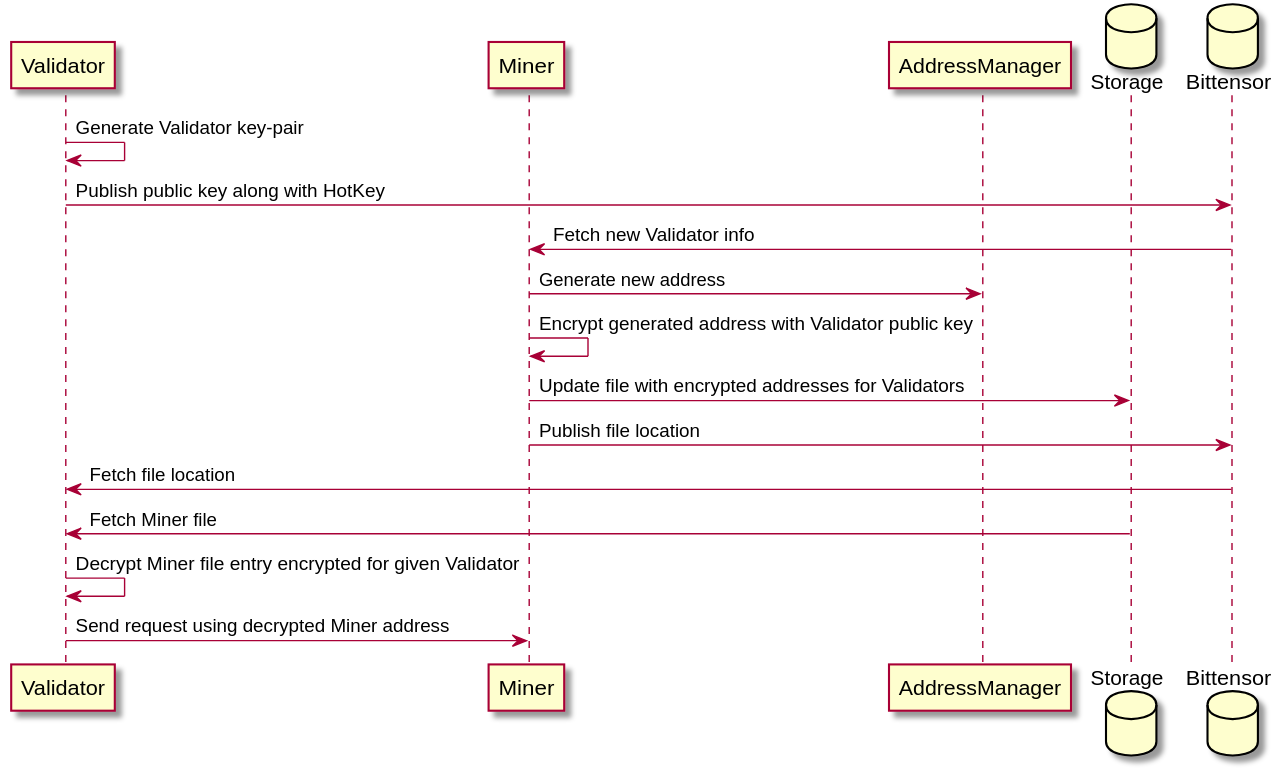
The PlantUML diagram assets/diagrams/CommunicationFlow.svg in bactensor/bt-ddos-shield, before a commit.
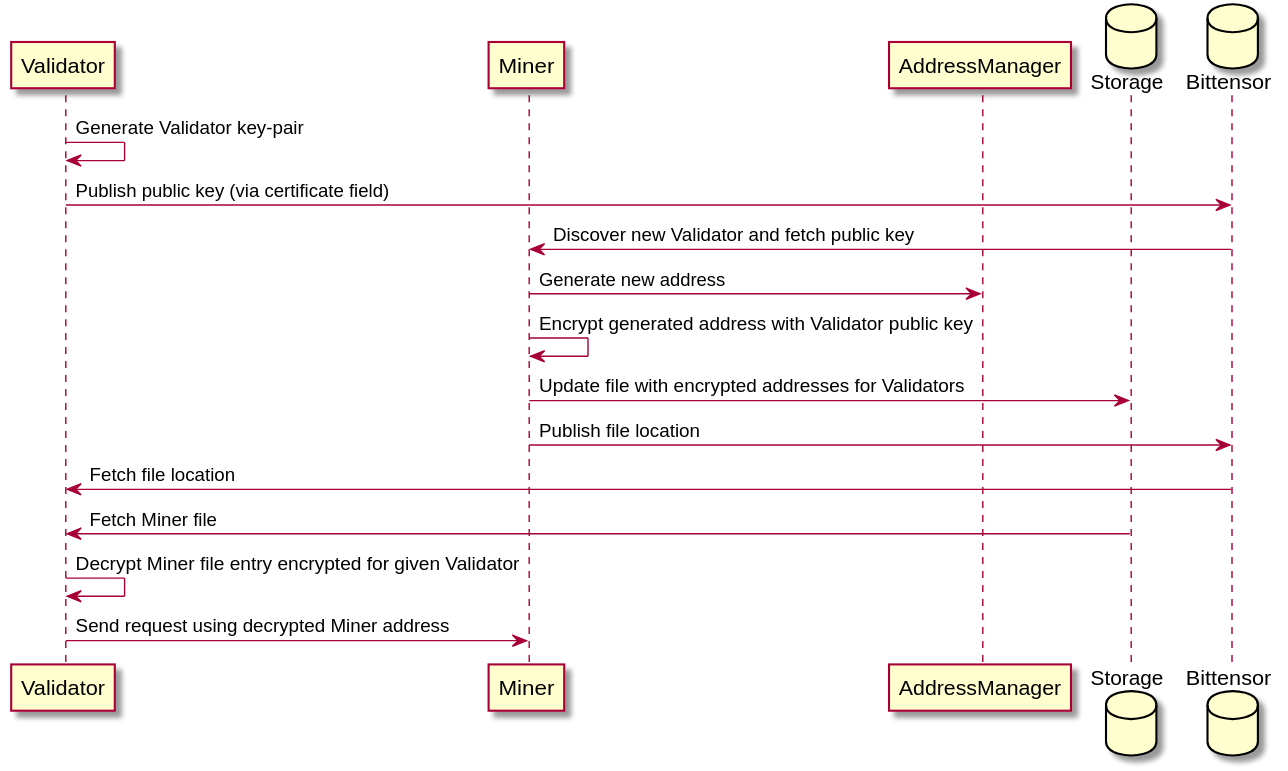
The same file after the commit.

Commit message:
Add documentation for shield usage

Change to the diagram source:
```diff
@@ -1,12 +1,12 @@
-@startuml ./assets/diagrams/CommunicationFlow
+@startuml ./CommunicationFlow
 participant Validator
 participant Miner
 participant AddressManager
 database Storage
 database Bittensor
 Validator -> Validator: Generate Validator key-pair
-Validator -> Bittensor: Publish public key along with HotKey
-Bittensor -> Miner: Fetch new Validator info
+Validator -> Bittensor: Publish public key (via certificate field)
+Bittensor -> Miner: Discover new Validator and fetch public key
 Miner -> AddressManager: Generate new address
 Miner -> Miner: Encrypt generated address with Validator public key
 Miner -> Storage: Update file with encrypted addresses for Validators
```
